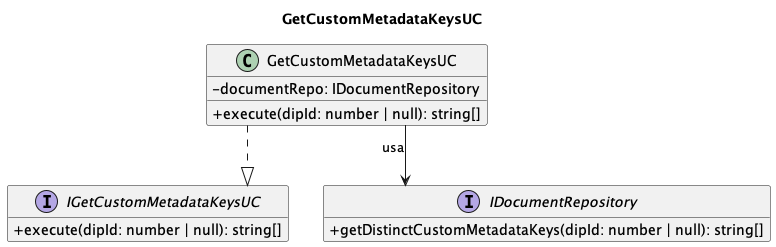
Earlier version of the PlantUML export out/3_PB/DocumentiEsterni/DiagrammiSpecificaTecnica/C4/C4_backend_Search/C4_backend_Search-5.png (7-ZPUs/Docs).
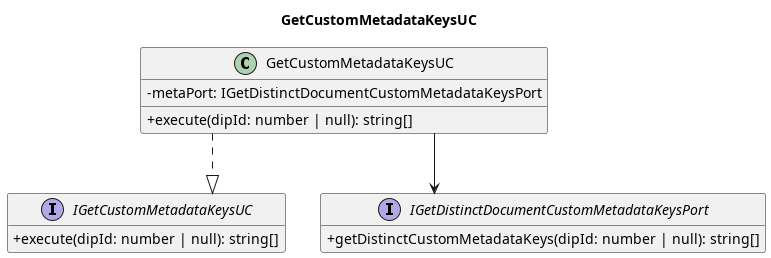
Above is the later version.

Change to the diagram source:
```diff
@@ -9,14 +9,14 @@
     + execute(dipId: number | null): string[]
 }
 class GetCustomMetadataKeysUC {
-    - documentRepo: IDocumentRepository
+    - metaPort: IGetDistinctDocumentCustomMetadataKeysPort
     + execute(dipId: number | null): string[]
 }
-interface IDocumentRepository {
+interface IGetDistinctDocumentCustomMetadataKeysPort {
     + getDistinctCustomMetadataKeys(dipId: number | null): string[]
 }
 
 GetCustomMetadataKeysUC ..|> IGetCustomMetadataKeysUC
-GetCustomMetadataKeysUC --> IDocumentRepository : usa
+GetCustomMetadataKeysUC --> IGetDistinctDocumentCustomMetadataKeysPort
 
 @enduml
```
